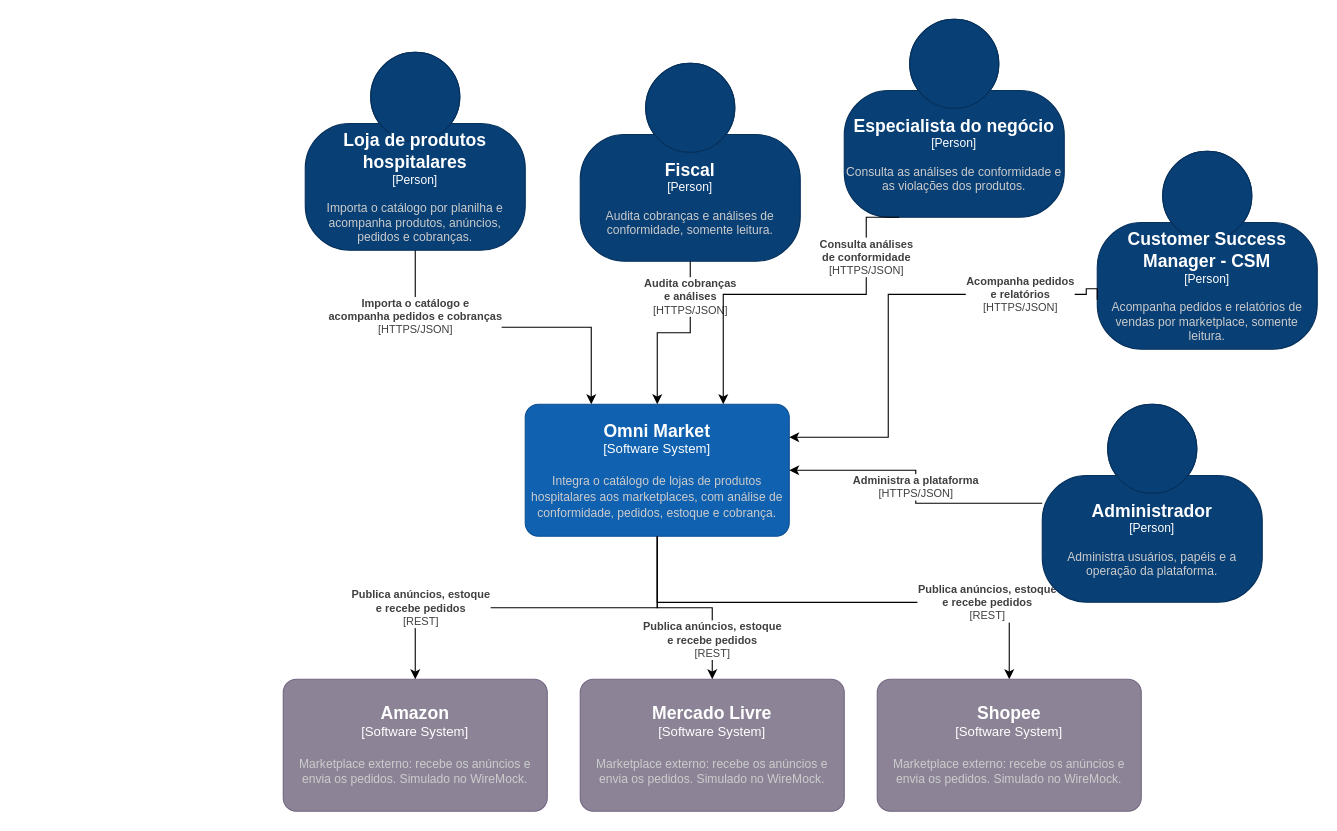
This is page "C4 Model - Contexto" (1 of 2) of docs/c4/Omni Market - C4 Model Contexto.drawio from gabezy/arquteitura-multiplataforma-trabalho-final, a draw.io file, before an edit. Source tidied: cells renumbered, new cells numbered last; positions are measured from the earlier drawing's top-left corner, leaving out a move shared by most shapes. Both pictures are drawn from the tidied source at 110%, with x=0, y=0 at pixel (283, 19).
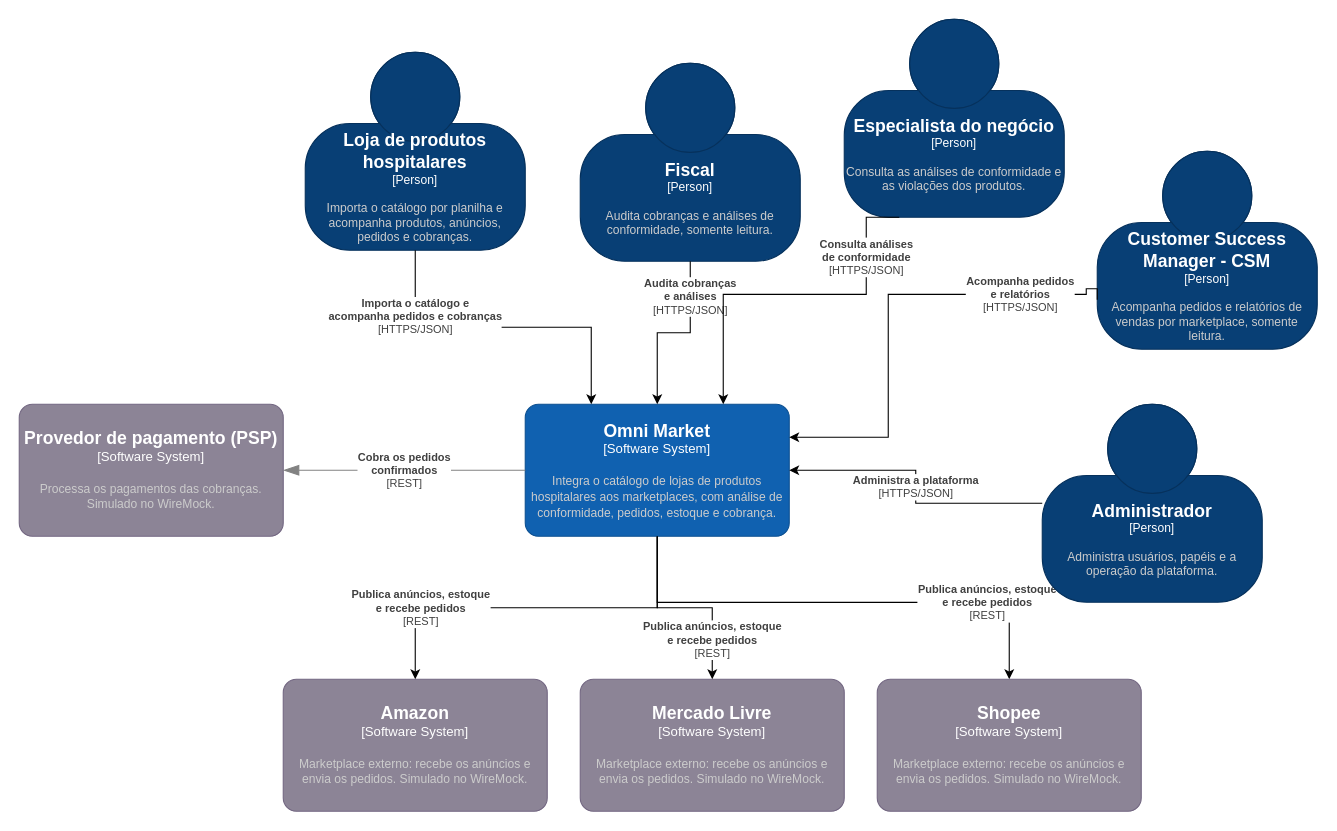
The same page after the edit.

Commit message:
docs(c4): adiciona o provedor de pagamento ao diagrama de contexto

Sistema externo implícito no escopo do billing (#11) e no simulador do PSP (#26). O ERP fica de fora: a integração com o catálogo é só por planilha. Refs #13

The change refers to these unchanged cells:
```xml
<object id="3" label="&lt;font style=&quot;font-size: 16px&quot;&gt;&lt;b&gt;%c4Name%&lt;/b&gt;&lt;/font&gt;&lt;div&gt;[%c4Type%]&lt;/div&gt;&lt;br&gt;&lt;div&gt;&lt;font style=&quot;font-size: 11px&quot;&gt;&lt;font color=&quot;#cccccc&quot;&gt;%c4Description%&lt;/font&gt;&lt;/div&gt;" c4Description="Integra o catálogo de lojas de produtos hospitalares aos marketplaces, com análise de conformidade, pedidos, estoque e cobrança." c4Name="Omni Market" c4Type="Software System" placeholders="1">
  <mxCell style="rounded=1;whiteSpace=wrap;html=1;labelBackgroundColor=none;fillColor=#1061B0;fontColor=#ffffff;align=center;arcSize=10;strokeColor=#0D5091;points=[[0.25,0,0],[0.5,0,0],[0.75,0,0],[1,0.25,0],[1,0.5,0],[1,0.75,0],[0.75,1,0],[0.5,1,0],[0.25,1,0],[0,0.75,0],[0,0.5,0],[0,0.25,0]];" parent="1" vertex="1">
    <mxGeometry x="220" y="350" width="240" height="120" as="geometry" />
  </mxCell>
</object>
```

Change to the diagram source:
```diff
@@
+    <object id="19" label="&lt;font style=&quot;font-size: 16px&quot;&gt;&lt;b&gt;%c4Name%&lt;/b&gt;&lt;/font&gt;&lt;div&gt;[%c4Type%]&lt;/div&gt;&lt;br&gt;&lt;div&gt;&lt;font style=&quot;font-size: 11px&quot;&gt;&lt;font color=&quot;#cccccc&quot;&gt;%c4Description%&lt;/font&gt;&lt;/div&gt;" c4Description="Processa os pagamentos das cobranças. Simulado no WireMock." c4Name="Provedor de pagamento (PSP)" c4Type="Software System" placeholders="1">
+      <mxCell style="rounded=1;whiteSpace=wrap;html=1;labelBackgroundColor=none;fillColor=#8C8496;fontColor=#ffffff;align=center;arcSize=10;strokeColor=#736782;points=[[0.25,0,0],[0.5,0,0],[0.75,0,0],[1,0.25,0],[1,0.5,0],[1,0.75,0],[0.75,1,0],[0.5,1,0],[0.25,1,0],[0,0.75,0],[0,0.5,0],[0,0.25,0]];" parent="1" vertex="1">
+        <mxGeometry x="-240" y="350" width="240" height="120" as="geometry" />
+      </mxCell>
+    </object>
+    <mxCell id="20" value="&lt;b&gt;Cobra os pedidos&lt;br&gt;confirmados&lt;/b&gt;&lt;br&gt;[REST]" style="edgeStyle=orthogonalEdgeStyle;rounded=0;jettySize=auto;html=1;fontSize=10;fontColor=#404040;labelBackgroundColor=#FFFFFF;strokeColor=#828282;endArrow=blockThin;endFill=1;endSize=12;jumpStyle=arc;jumpSize=12;exitX=0;exitY=0.5;exitDx=0;exitDy=0;exitPerimeter=0;entryX=1;entryY=0.5;entryDx=0;entryDy=0;entryPerimeter=0;" parent="1" edge="1" source="3" target="19">
+      <mxGeometry relative="1" as="geometry" />
+    </mxCell>
```
